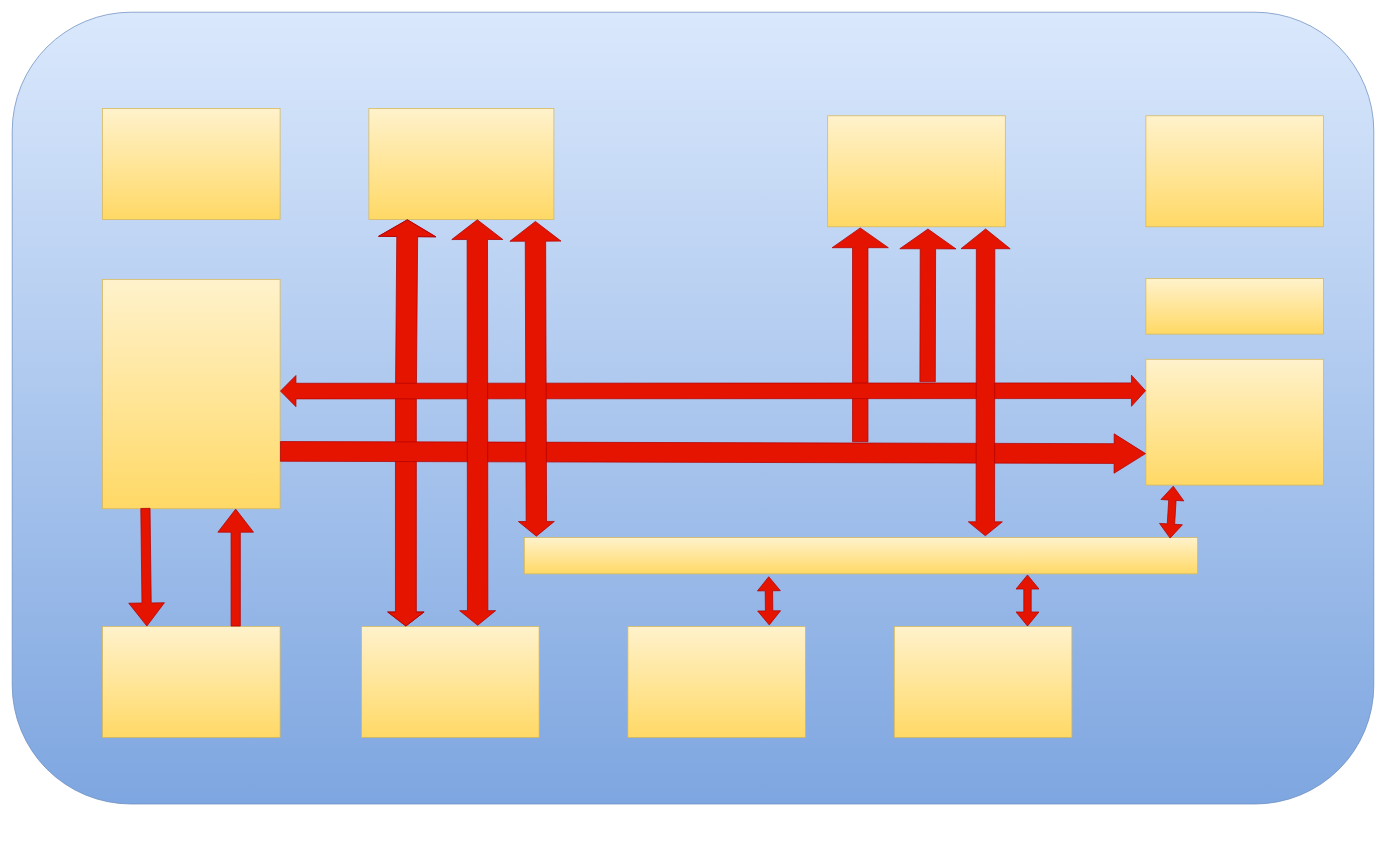
NeroKai/coursera-test keeps this draw.io diagram as Untitled Diagram.drawio. Above is the earlier version. Source tidied: cells renumbered, new cells numbered last; positions are measured from the earlier drawing's top-left corner, leaving out a move shared by most shapes. Both pictures are drawn from the tidied source at 74%, with x=0, y=0 at pixel (12, 12).
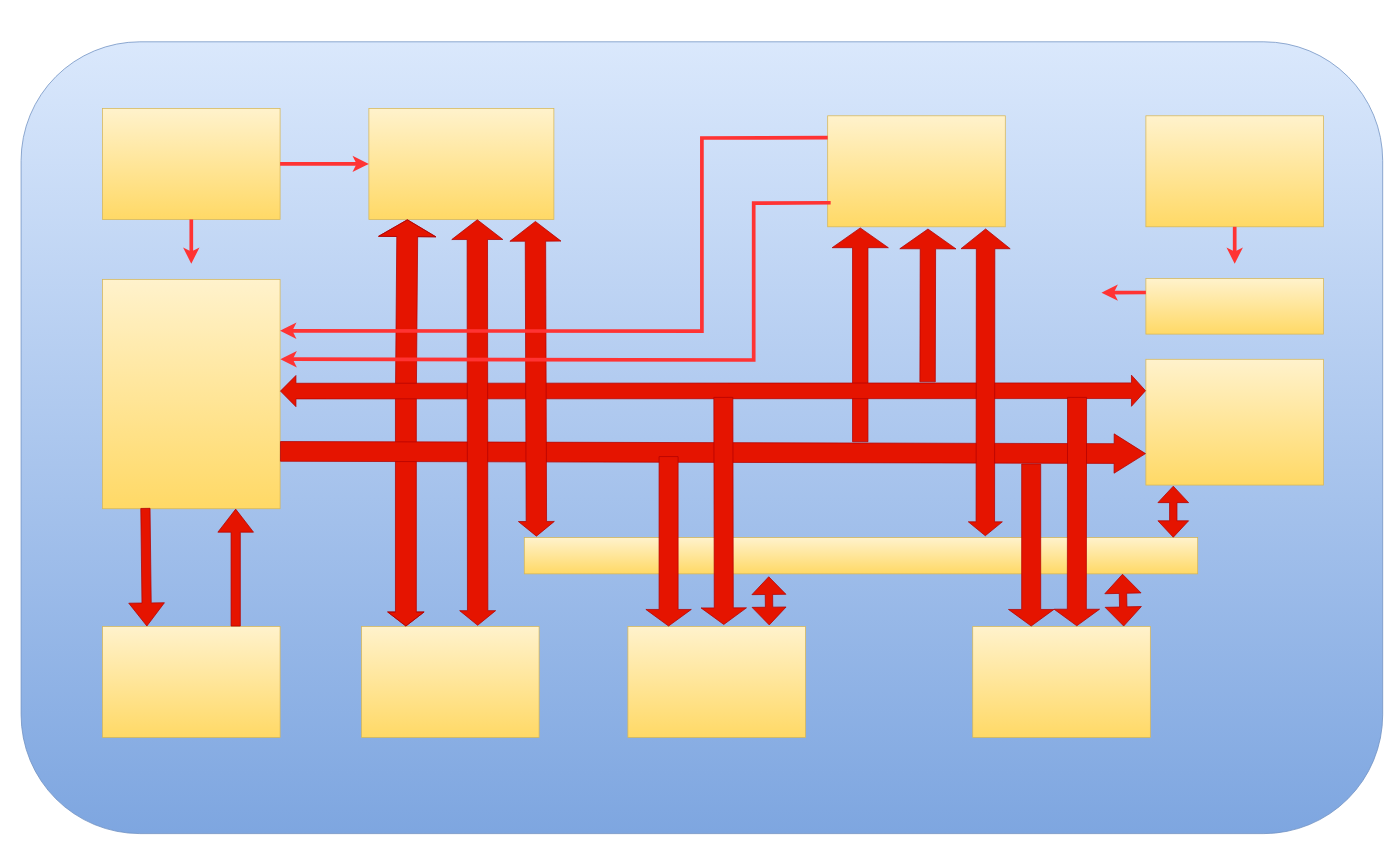
After the change.

Unchanged cells that the change refers to:
```xml
<mxCell id="3" style="rounded=0;whiteSpace=wrap;html=1;fillColor=#fff2cc;gradientColor=#ffd966;strokeColor=#d6b656;" parent="1" vertex="1">
  <mxGeometry x="122" y="130" width="240" height="150" as="geometry" />
</mxCell>
<mxCell id="4" style="rounded=0;whiteSpace=wrap;html=1;fillColor=#fff2cc;gradientColor=#ffd966;strokeColor=#d6b656;" parent="1" vertex="1">
  <mxGeometry x="122" y="361" width="240" height="310" as="geometry" />
</mxCell>
<mxCell id="7" style="rounded=0;whiteSpace=wrap;html=1;fillColor=#fff2cc;gradientColor=#ffd966;strokeColor=#d6b656;" parent="1" vertex="1">
  <mxGeometry x="832" y="830" width="240" height="150" as="geometry" />
</mxCell>
<mxCell id="9" style="rounded=0;whiteSpace=wrap;html=1;fillColor=#fff2cc;gradientColor=#ffd966;strokeColor=#d6b656;" parent="1" vertex="1">
  <mxGeometry x="482" y="130" width="250" height="150" as="geometry" />
</mxCell>
<mxCell id="11" style="rounded=0;whiteSpace=wrap;html=1;fillColor=#fff2cc;gradientColor=#ffd966;strokeColor=#d6b656;" parent="1" vertex="1">
  <mxGeometry x="1532" y="140" width="240" height="150" as="geometry" />
</mxCell>
<mxCell id="13" style="rounded=0;whiteSpace=wrap;html=1;fillColor=#fff2cc;gradientColor=#ffd966;strokeColor=#d6b656;" parent="1" vertex="1">
  <mxGeometry x="1532" y="360" width="240" height="75" as="geometry" />
</mxCell>
<mxCell id="19" style="rounded=0;whiteSpace=wrap;html=1;fillColor=#fff2cc;gradientColor=#ffd966;strokeColor=#d6b656;" parent="1" vertex="1">
  <mxGeometry x="692" y="710" width="910" height="49" as="geometry" />
</mxCell>
```

Diff of the diagram source:
```diff
@@
     <mxCell id="2" style="rounded=1;whiteSpace=wrap;html=1;fillColor=#dae8fc;gradientColor=#7ea6e0;strokeColor=#6c8ebf;" parent="1" vertex="1">
-      <mxGeometry width="1840" height="1070" as="geometry" />
+      <mxGeometry x="12" y="40" width="1840" height="1070" as="geometry" />
     </mxCell>
@@
     <mxCell id="8" style="rounded=0;whiteSpace=wrap;html=1;fillColor=#fff2cc;gradientColor=#ffd966;strokeColor=#d6b656;" parent="1" vertex="1">
-      <mxGeometry x="1192" y="830" width="240" height="150" as="geometry" />
+      <mxGeometry x="1298" y="830" width="240" height="150" as="geometry" />
     </mxCell>
@@
-    <mxCell id="20" style="shape=flexArrow;endArrow=classic;startArrow=classic;html=1;rounded=0;fillColor=#e51400;strokeColor=#B20000;exitX=0.959;exitY=0.024;exitDx=0;exitDy=0;exitPerimeter=0;" parent="1" edge="1" source="19">
+    <mxCell id="20" style="shape=flexArrow;endArrow=classic;startArrow=classic;html=1;rounded=0;fillColor=#e51400;strokeColor=#B20000;startWidth=30.476190476190474;startSize=7.080952380952381;endWidth=30.476190476190474;endSize=7.080952380952381;" parent="1" edge="1">
       <mxGeometry relative="1" as="geometry">
+        <mxPoint x="1569" y="710" as="sourcePoint" />
         <mxPoint x="1569" y="640" as="targetPoint" />
       </mxGeometry>
     </mxCell>
-    <mxCell id="21" style="shape=flexArrow;endArrow=classic;startArrow=classic;html=1;rounded=0;fillColor=#e51400;strokeColor=#B20000;exitX=0.75;exitY=0;exitDx=0;exitDy=0;" parent="1" edge="1" source="8">
+    <mxCell id="21" style="shape=flexArrow;endArrow=classic;startArrow=classic;html=1;rounded=0;fillColor=#e51400;strokeColor=#B20000;exitX=0.75;exitY=0;exitDx=0;exitDy=0;endWidth=38;endSize=8.27;startWidth=38;startSize=8.27;entryX=0.862;entryY=1;entryDx=0;entryDy=0;entryPerimeter=0;" parent="1" edge="1">
       <mxGeometry relative="1" as="geometry">
-        <mxPoint x="1372" y="760" as="targetPoint" />
+        <mxPoint x="1502" y="830" as="sourcePoint" />
+        <mxPoint x="1500.4" y="759" as="targetPoint" />
       </mxGeometry>
     </mxCell>
-    <mxCell id="22" style="shape=flexArrow;endArrow=classic;startArrow=classic;html=1;rounded=0;fillColor=#e51400;strokeColor=#B20000;exitX=0.796;exitY=-0.01;exitDx=0;exitDy=0;entryX=0.363;entryY=1.069;entryDx=0;entryDy=0;entryPerimeter=0;exitPerimeter=0;" parent="1" edge="1" source="7" target="19">
+    <mxCell id="22" style="shape=flexArrow;endArrow=classic;startArrow=classic;html=1;rounded=0;fillColor=#e51400;strokeColor=#B20000;exitX=0.796;exitY=-0.01;exitDx=0;exitDy=0;entryX=0.363;entryY=1.069;entryDx=0;entryDy=0;entryPerimeter=0;exitPerimeter=0;endWidth=35;endSize=7.66;startWidth=35;startSize=7.66;" parent="1" edge="1" source="7" target="19">
       <mxGeometry relative="1" as="geometry" />
     </mxCell>
@@
+    <mxCell id="28" style="shape=flexArrow;endArrow=classic;html=1;rounded=0;fillColor=#e51400;strokeColor=#B20000;width=25.714285714285715;endSize=7.142857142857143;endWidth=34.705882352941174;entryX=0.169;entryY=-0.014;entryDx=0;entryDy=0;entryPerimeter=0;" parent="1" edge="1">
+      <mxGeometry relative="1" as="geometry">
+        <mxPoint x="961" y="520" as="sourcePoint" />
+        <mxPoint x="961.6" y="827.9" as="targetPoint" />
+      </mxGeometry>
+    </mxCell>
+    <mxCell id="29" style="shape=flexArrow;endArrow=classic;html=1;rounded=0;fillColor=#e51400;strokeColor=#B20000;width=25.714285714285715;endSize=7.142857142857143;endWidth=34.705882352941174;entryX=0.5;entryY=0;entryDx=0;entryDy=0;" parent="1" edge="1">
+      <mxGeometry relative="1" as="geometry">
+        <mxPoint x="887" y="600" as="sourcePoint" />
+        <mxPoint x="887" y="830" as="targetPoint" />
+      </mxGeometry>
+    </mxCell>
+    <mxCell id="30" style="shape=flexArrow;endArrow=classic;html=1;rounded=0;fillColor=#e51400;strokeColor=#B20000;width=25.714285714285715;endSize=7.142857142857143;endWidth=34.705882352941174;entryX=0.35;entryY=0;entryDx=0;entryDy=0;entryPerimeter=0;" parent="1" edge="1">
+      <mxGeometry relative="1" as="geometry">
+        <mxPoint x="1377" y="610" as="sourcePoint" />
+        <mxPoint x="1377" y="830" as="targetPoint" />
+      </mxGeometry>
+    </mxCell>
+    <mxCell id="31" style="shape=flexArrow;endArrow=classic;html=1;rounded=0;fillColor=#e51400;strokeColor=#B20000;width=25.714285714285715;endSize=7.142857142857143;endWidth=34.705882352941174;entryX=0.586;entryY=-0.002;entryDx=0;entryDy=0;entryPerimeter=0;" parent="1" edge="1" target="8">
+      <mxGeometry relative="1" as="geometry">
+        <mxPoint x="1439" y="520" as="sourcePoint" />
+      </mxGeometry>
+    </mxCell>
+    <mxCell id="32" style="endArrow=classic;html=1;rounded=0;fillColor=#e51400;strokeColor=#FF3333;entryX=1;entryY=0.25;entryDx=0;entryDy=0;strokeWidth=5;exitX=0;exitY=0.25;exitDx=0;exitDy=0;" parent="1" edge="1">
+      <mxGeometry relative="1" as="geometry">
+        <mxPoint x="1102" y="169.5" as="sourcePoint" />
+        <mxPoint x="362" y="430.5" as="targetPoint" />
+        <Array as="points">
+          <mxPoint x="932" y="170" />
+          <mxPoint x="932" y="431" />
+        </Array>
+      </mxGeometry>
+    </mxCell>
+    <mxCell id="33" style="endArrow=classic;html=1;rounded=0;fillColor=#e51400;strokeColor=#FF3333;entryX=1.002;entryY=0.348;entryDx=0;entryDy=0;strokeWidth=5;exitX=0;exitY=0.25;exitDx=0;exitDy=0;entryPerimeter=0;" parent="1" edge="1" target="4">
+      <mxGeometry relative="1" as="geometry">
+        <mxPoint x="1106" y="257.5" as="sourcePoint" />
+        <Array as="points">
+          <mxPoint x="1002" y="258" />
+          <mxPoint x="1002" y="470" />
+        </Array>
+      </mxGeometry>
+    </mxCell>
+    <mxCell id="34" style="endArrow=classic;html=1;rounded=0;strokeColor=#FF3333;strokeWidth=5;entryX=0;entryY=0.5;entryDx=0;entryDy=0;" parent="1" edge="1" source="3" target="9">
+      <mxGeometry relative="1" as="geometry" />
+    </mxCell>
+    <mxCell id="35" style="endArrow=classic;html=1;rounded=0;strokeColor=#FF3333;strokeWidth=5;exitX=0.5;exitY=1;exitDx=0;exitDy=0;" parent="1" edge="1" source="3">
+      <mxGeometry relative="1" as="geometry">
+        <mxPoint x="242" y="340" as="targetPoint" />
+      </mxGeometry>
+    </mxCell>
+    <mxCell id="36" style="endArrow=classic;html=1;rounded=0;strokeColor=#FF3333;strokeWidth=5;exitX=0.5;exitY=1;exitDx=0;exitDy=0;" parent="1" edge="1" source="11">
+      <mxGeometry relative="1" as="geometry">
+        <mxPoint x="1652" y="340" as="targetPoint" />
+      </mxGeometry>
+    </mxCell>
+    <mxCell id="37" style="endArrow=classic;html=1;rounded=0;strokeColor=#FF3333;strokeWidth=5;exitX=0;exitY=0.25;exitDx=0;exitDy=0;" parent="1" edge="1" source="13">
+      <mxGeometry relative="1" as="geometry">
+        <mxPoint x="1472" y="379" as="targetPoint" />
+      </mxGeometry>
+    </mxCell>
```
